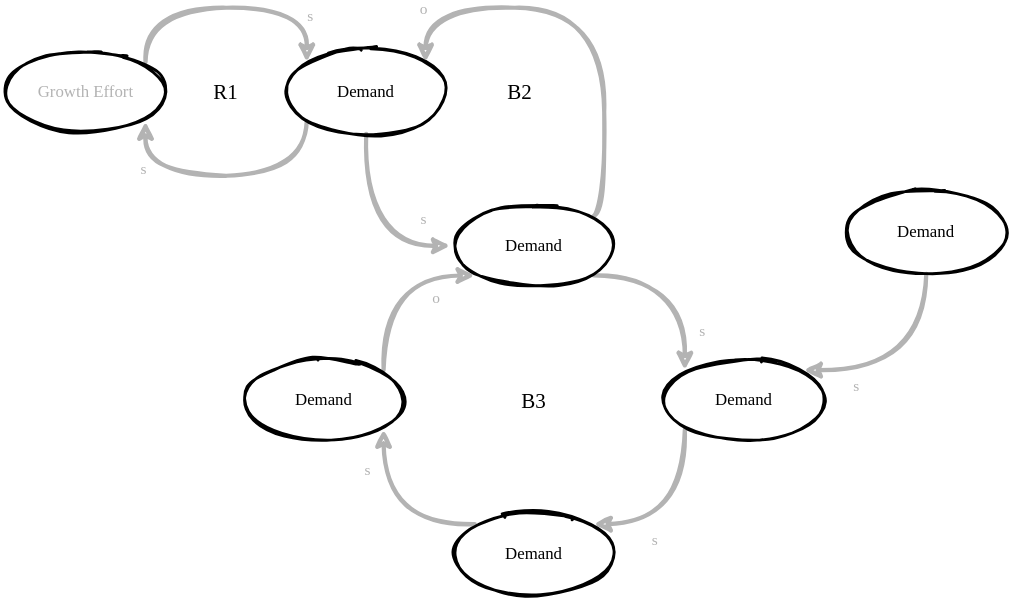
Before: src/slides/drawings/archetypes.growth-and-underinvestment.drawio.svg, a diagram exported from draw.io (thomykay/devspace-systemsthinking). Source tidied: cells renumbered, new cells last; positions are measured from the earlier drawing's top-left corner, leaving out a move shared by most shapes.
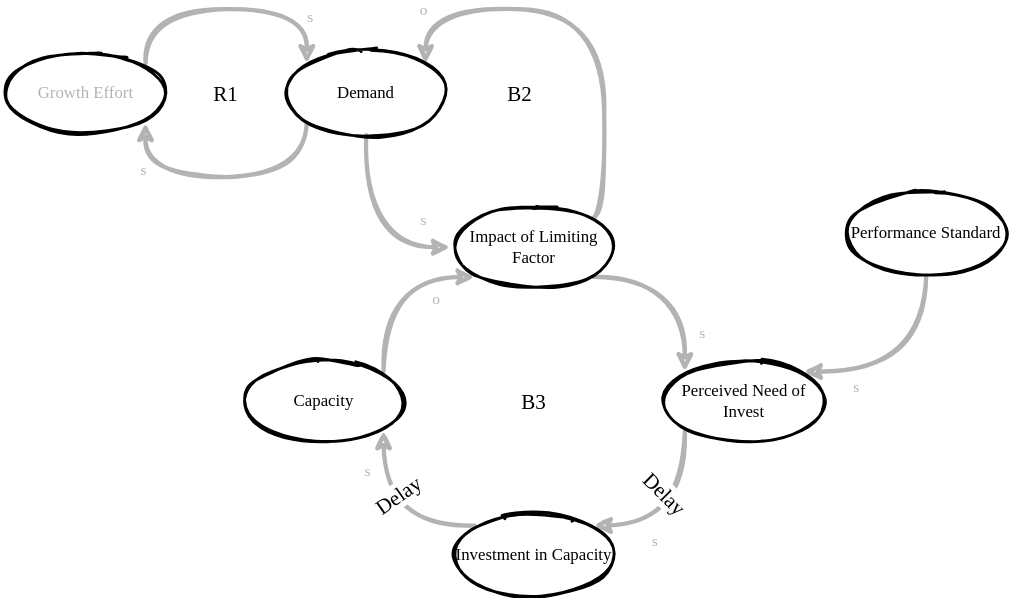
Later version of the same file.

What changed in the source:
```diff
@@ -64,7 +64,7 @@
         <mxPoint x="-30" as="offset" />
       </mxGeometry>
     </mxCell>
-    <mxCell id="14" value="Demand" style="ellipse;whiteSpace=wrap;html=1;strokeWidth=2;fillWeight=2;hachureGap=8;fillStyle=dots;sketch=1;fontFamily=Comic Sans MS;" parent="1" vertex="1">
+    <mxCell id="14" value="Impact of Limiting Factor" style="ellipse;whiteSpace=wrap;html=1;strokeWidth=2;fillWeight=2;hachureGap=8;fillStyle=dots;sketch=1;fontFamily=Comic Sans MS;" parent="1" vertex="1">
       <mxGeometry x="320" y="140" width="120" height="60" as="geometry" />
     </mxCell>
     <mxCell id="15" style="edgeStyle=orthogonalEdgeStyle;curved=1;rounded=0;sketch=1;jettySize=auto;html=1;exitX=0;exitY=1;exitDx=0;exitDy=0;entryX=1;entryY=0;entryDx=0;entryDy=0;fontFamily=Comic Sans MS;fontColor=#B3B3B3;strokeColor=#B3B3B3;strokeWidth=3;" parent="1" edge="1" source="17" target="23">
@@ -79,7 +79,7 @@
         <mxPoint y="25" as="offset" />
       </mxGeometry>
     </mxCell>
-    <mxCell id="17" value="Demand" style="ellipse;whiteSpace=wrap;html=1;strokeWidth=2;fillWeight=2;hachureGap=8;fillStyle=dots;sketch=1;fontFamily=Comic Sans MS;" parent="1" vertex="1">
+    <mxCell id="17" value="Perceived Need of Invest" style="ellipse;whiteSpace=wrap;html=1;strokeWidth=2;fillWeight=2;hachureGap=8;fillStyle=dots;sketch=1;fontFamily=Comic Sans MS;" parent="1" vertex="1">
       <mxGeometry x="470" y="250" width="120" height="60" as="geometry" />
     </mxCell>
     <mxCell id="18" style="edgeStyle=orthogonalEdgeStyle;curved=1;rounded=0;sketch=1;jettySize=auto;html=1;exitX=1;exitY=0;exitDx=0;exitDy=0;entryX=0;entryY=1;entryDx=0;entryDy=0;fontFamily=Comic Sans MS;fontColor=#B3B3B3;strokeColor=#B3B3B3;strokeWidth=3;" parent="1" edge="1" source="20" target="14">
@@ -94,7 +94,7 @@
         <mxPoint x="20" as="offset" />
       </mxGeometry>
     </mxCell>
-    <mxCell id="20" value="Demand" style="ellipse;whiteSpace=wrap;html=1;strokeWidth=2;fillWeight=2;hachureGap=8;fillStyle=dots;sketch=1;fontFamily=Comic Sans MS;" parent="1" vertex="1">
+    <mxCell id="20" value="Capacity" style="ellipse;whiteSpace=wrap;html=1;strokeWidth=2;fillWeight=2;hachureGap=8;fillStyle=dots;sketch=1;fontFamily=Comic Sans MS;" parent="1" vertex="1">
       <mxGeometry x="170" y="250" width="120" height="60" as="geometry" />
     </mxCell>
     <mxCell id="21" style="edgeStyle=orthogonalEdgeStyle;curved=1;rounded=0;sketch=1;jettySize=auto;html=1;entryX=1;entryY=1;entryDx=0;entryDy=0;fontFamily=Comic Sans MS;fontColor=#B3B3B3;strokeColor=#B3B3B3;strokeWidth=3;exitX=0;exitY=0;exitDx=0;exitDy=0;" parent="1" edge="1" source="23" target="20">
@@ -105,7 +105,7 @@
         <mxPoint x="-18" y="-15" as="offset" />
       </mxGeometry>
     </mxCell>
-    <mxCell id="23" value="Demand" style="ellipse;whiteSpace=wrap;html=1;strokeWidth=2;fillWeight=2;hachureGap=8;fillStyle=dots;sketch=1;fontFamily=Comic Sans MS;" parent="1" vertex="1">
+    <mxCell id="23" value="Investment in Capacity" style="ellipse;whiteSpace=wrap;html=1;strokeWidth=2;fillWeight=2;hachureGap=8;fillStyle=dots;sketch=1;fontFamily=Comic Sans MS;" parent="1" vertex="1">
       <mxGeometry x="320" y="360" width="120" height="60" as="geometry" />
     </mxCell>
     <mxCell id="24" style="edgeStyle=orthogonalEdgeStyle;curved=1;rounded=0;sketch=1;jettySize=auto;html=1;entryX=1;entryY=0;entryDx=0;entryDy=0;fontFamily=Comic Sans MS;fontColor=#B3B3B3;strokeColor=#B3B3B3;strokeWidth=3;exitX=0.5;exitY=1;exitDx=0;exitDy=0;" parent="1" edge="1" source="26" target="17">
@@ -120,7 +120,7 @@
         <mxPoint x="-22" y="23" as="offset" />
       </mxGeometry>
     </mxCell>
-    <mxCell id="26" value="Demand" style="ellipse;whiteSpace=wrap;html=1;strokeWidth=2;fillWeight=2;hachureGap=8;fillStyle=dots;sketch=1;fontFamily=Comic Sans MS;" parent="1" vertex="1">
+    <mxCell id="26" value="Performance Standard" style="ellipse;whiteSpace=wrap;html=1;strokeWidth=2;fillWeight=2;hachureGap=8;fillStyle=dots;sketch=1;fontFamily=Comic Sans MS;" parent="1" vertex="1">
       <mxGeometry x="600" y="130" width="120" height="60" as="geometry" />
     </mxCell>
     <mxCell id="27" value="R1" style="text;html=1;strokeColor=none;fillColor=none;align=center;verticalAlign=middle;whiteSpace=wrap;rounded=0;fontFamily=Comic Sans MS;fontSize=15;" parent="1" vertex="1">
@@ -132,5 +132,11 @@
     <mxCell id="29" value="B3" style="text;html=1;strokeColor=none;fillColor=none;align=center;verticalAlign=middle;whiteSpace=wrap;rounded=0;fontFamily=Comic Sans MS;fontSize=15;" parent="1" vertex="1">
       <mxGeometry x="360" y="270" width="40" height="20" as="geometry" />
     </mxCell>
+    <mxCell id="30" value="Delay" style="text;html=1;strokeColor=none;fillColor=none;align=center;verticalAlign=middle;whiteSpace=wrap;rounded=0;fontFamily=Comic Sans MS;fontSize=15;rotation=45;labelBackgroundColor=#ffffff;" parent="1" vertex="1">
+      <mxGeometry x="454" y="336" width="40" height="20" as="geometry" />
+    </mxCell>
+    <mxCell id="31" value="Delay" style="text;html=1;strokeColor=none;fillColor=none;align=center;verticalAlign=middle;whiteSpace=wrap;rounded=0;fontFamily=Comic Sans MS;fontSize=15;rotation=-35;labelBackgroundColor=#ffffff;" parent="1" vertex="1">
+      <mxGeometry x="263" y="337" width="40" height="20" as="geometry" />
+    </mxCell>
   </root>
 </mxGraphModel>
```
